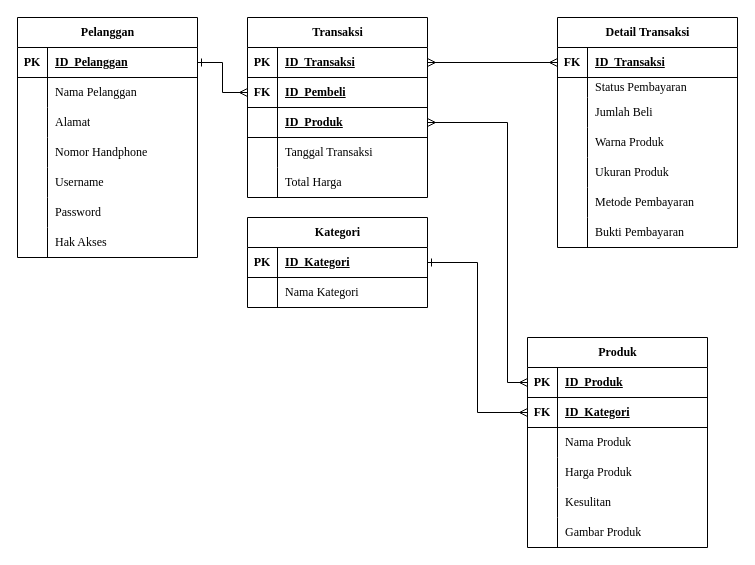
Earlier version of the draw.io diagram page "Halaman-13" (13 of 17) of TA.drawio (angelinahandini/TA). Source tidied: cells renumbered, new cells numbered last; positions are measured from the earlier drawing's top-left corner, leaving out a move shared by most shapes. Both pictures are drawn from the tidied source at 100%, with x=0, y=0 at pixel (17, 17).
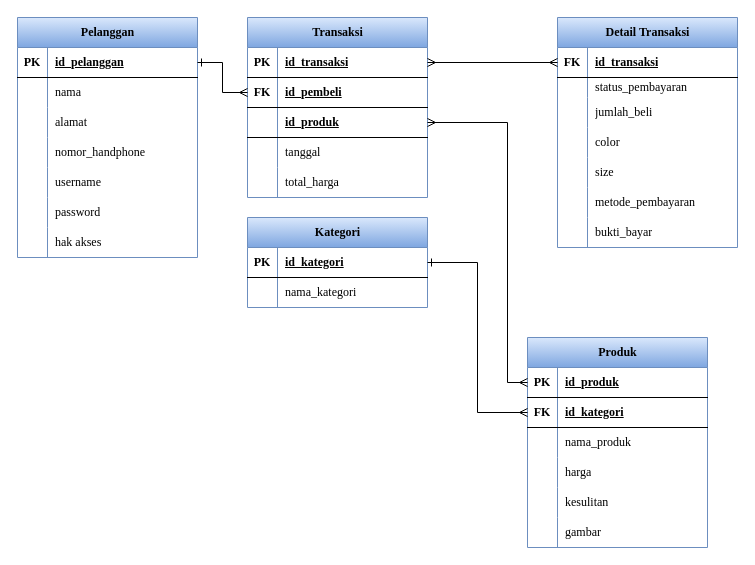
The same diagram, later.

The change refers to these unchanged cells:
```xml
<mxCell id="3" style="shape=tableRow;horizontal=0;startSize=0;swimlaneHead=0;swimlaneBody=0;fillColor=none;points=[[0,0.5],[1,0.5]];portConstraint=eastwest;top=0;left=0;right=0;bottom=1;fontFamily=Times New Roman;" parent="2" vertex="1">
<mxCell id="6" style="shape=tableRow;horizontal=0;startSize=0;swimlaneHead=0;swimlaneBody=0;fillColor=none;points=[[0,0.5],[1,0.5]];portConstraint=eastwest;top=0;left=0;right=0;bottom=1;fontFamily=Times New Roman;" parent="2" vertex="1">
<mxCell id="9" style="shape=tableRow;horizontal=0;startSize=0;swimlaneHead=0;swimlaneBody=0;fillColor=none;top=0;left=0;right=0;bottom=0;fontFamily=Times New Roman;" parent="2" vertex="1">
<mxCell id="12" style="shape=tableRow;horizontal=0;startSize=0;swimlaneHead=0;swimlaneBody=0;fillColor=none;top=0;left=0;right=0;bottom=0;fontFamily=Times New Roman;" parent="2" vertex="1">
<mxCell id="15" style="shape=tableRow;horizontal=0;startSize=0;swimlaneHead=0;swimlaneBody=0;fillColor=none;top=0;left=0;right=0;bottom=0;fontFamily=Times New Roman;" parent="2" vertex="1">
<mxCell id="18" style="shape=tableRow;horizontal=0;startSize=0;swimlaneHead=0;swimlaneBody=0;fillColor=none;top=0;left=0;right=0;bottom=0;fontFamily=Times New Roman;" parent="2" vertex="1">
<mxCell id="22" style="shape=tableRow;horizontal=0;startSize=0;swimlaneHead=0;swimlaneBody=0;fillColor=none;points=[[0,0.5],[1,0.5]];portConstraint=eastwest;top=0;left=0;right=0;bottom=1;fontFamily=Times New Roman;" parent="21" vertex="1">
<mxCell id="25" style="shape=tableRow;horizontal=0;startSize=0;swimlaneHead=0;swimlaneBody=0;fillColor=none;top=0;left=0;right=0;bottom=0;fontFamily=Times New Roman;" parent="21" vertex="1">
<mxCell id="28" style="shape=tableRow;horizontal=0;startSize=0;swimlaneHead=0;swimlaneBody=0;fillColor=none;top=0;left=0;right=0;bottom=0;fontFamily=Times New Roman;" parent="21" vertex="1">
<mxCell id="31" style="shape=tableRow;horizontal=0;startSize=0;swimlaneHead=0;swimlaneBody=0;fillColor=none;top=0;left=0;right=0;bottom=0;fontFamily=Times New Roman;" parent="21" vertex="1">
<mxCell id="34" style="shape=tableRow;horizontal=0;startSize=0;swimlaneHead=0;swimlaneBody=0;fillColor=none;top=0;left=0;right=0;bottom=0;fontFamily=Times New Roman;" parent="21" vertex="1">
<mxCell id="37" style="shape=tableRow;horizontal=0;startSize=0;swimlaneHead=0;swimlaneBody=0;fillColor=none;top=0;left=0;right=0;bottom=0;fontFamily=Times New Roman;" parent="21" vertex="1">
<mxCell id="40" style="shape=tableRow;horizontal=0;startSize=0;swimlaneHead=0;swimlaneBody=0;fillColor=none;top=0;left=0;right=0;bottom=0;fontFamily=Times New Roman;" parent="21" vertex="1">
<mxCell id="44" style="shape=tableRow;horizontal=0;startSize=0;swimlaneHead=0;swimlaneBody=0;fillColor=none;points=[[0,0.5],[1,0.5]];portConstraint=eastwest;top=0;left=0;right=0;bottom=1;fontFamily=Times New Roman;" parent="43" vertex="1">
<mxCell id="47" style="shape=tableRow;horizontal=0;startSize=0;swimlaneHead=0;swimlaneBody=0;fillColor=none;points=[[0,0.5],[1,0.5]];portConstraint=eastwest;top=0;left=0;right=0;bottom=1;fontFamily=Times New Roman;" parent="43" vertex="1">
<mxCell id="50" style="shape=tableRow;horizontal=0;startSize=0;swimlaneHead=0;swimlaneBody=0;fillColor=none;points=[[0,0.5],[1,0.5]];portConstraint=eastwest;top=0;left=0;right=0;bottom=1;fontFamily=Times New Roman;" parent="43" vertex="1">
<mxCell id="53" style="shape=tableRow;horizontal=0;startSize=0;swimlaneHead=0;swimlaneBody=0;fillColor=none;top=0;left=0;right=0;bottom=0;fontFamily=Times New Roman;" parent="43" vertex="1">
<mxCell id="56" style="shape=tableRow;horizontal=0;startSize=0;swimlaneHead=0;swimlaneBody=0;fillColor=none;top=0;left=0;right=0;bottom=0;fontFamily=Times New Roman;" parent="43" vertex="1">
<mxCell id="60" style="shape=tableRow;horizontal=0;startSize=0;swimlaneHead=0;swimlaneBody=0;fillColor=none;points=[[0,0.5],[1,0.5]];portConstraint=eastwest;top=0;left=0;right=0;bottom=1;fontFamily=Times New Roman;" parent="59" vertex="1">
<mxCell id="63" style="shape=tableRow;horizontal=0;startSize=0;swimlaneHead=0;swimlaneBody=0;fillColor=none;top=0;left=0;right=0;bottom=0;fontFamily=Times New Roman;" parent="59" vertex="1">
<mxCell id="66" style="shape=tableRow;horizontal=0;startSize=0;swimlaneHead=0;swimlaneBody=0;fillColor=none;top=0;left=0;right=0;bottom=0;fontFamily=Times New Roman;" parent="59" vertex="1">
<mxCell id="69" style="shape=tableRow;horizontal=0;startSize=0;swimlaneHead=0;swimlaneBody=0;fillColor=none;top=0;left=0;right=0;bottom=0;fontFamily=Times New Roman;" parent="59" vertex="1">
<mxCell id="72" style="shape=tableRow;horizontal=0;startSize=0;swimlaneHead=0;swimlaneBody=0;fillColor=none;top=0;left=0;right=0;bottom=0;fontFamily=Times New Roman;" parent="59" vertex="1">
<mxCell id="75" style="shape=tableRow;horizontal=0;startSize=0;swimlaneHead=0;swimlaneBody=0;fillColor=none;top=0;left=0;right=0;bottom=0;fontFamily=Times New Roman;" parent="59" vertex="1">
<mxCell id="78" style="shape=tableRow;horizontal=0;startSize=0;swimlaneHead=0;swimlaneBody=0;fillColor=none;top=0;left=0;right=0;bottom=0;fontFamily=Times New Roman;" parent="59" vertex="1">
<mxCell id="82" style="shape=tableRow;horizontal=0;startSize=0;swimlaneHead=0;swimlaneBody=0;fillColor=none;points=[[0,0.5],[1,0.5]];portConstraint=eastwest;top=0;left=0;right=0;bottom=1;fontFamily=Times New Roman;" parent="81" vertex="1">
<mxCell id="85" style="shape=tableRow;horizontal=0;startSize=0;swimlaneHead=0;swimlaneBody=0;fillColor=none;top=0;left=0;right=0;bottom=0;fontFamily=Times New Roman;" parent="81" vertex="1">
```

Change to the diagram source:
```diff
@@
-    <mxCell id="2" value="Produk" style="shape=table;startSize=30;childLayout=tableLayout;rowLines=0;fontStyle=1;align=center;html=1;fontFamily=Times New Roman;" parent="1" vertex="1">
+    <mxCell id="2" value="Produk" style="shape=table;startSize=30;childLayout=tableLayout;rowLines=0;fontStyle=1;align=center;html=1;fontFamily=Times New Roman;fillColor=#dae8fc;gradientColor=#7ea6e0;strokeColor=#6c8ebf;" parent="1" vertex="1">
       <mxGeometry x="510" y="320" width="180" height="210" as="geometry" />
     </mxCell>
@@
-    <mxCell id="5" value="ID_Produk" style="shape=partialRectangle;fillColor=none;top=0;left=0;bottom=0;right=0;align=left;spacingLeft=6;fontStyle=5;overflow=hidden;whiteSpace=wrap;html=1;fontFamily=Times New Roman;" parent="3" vertex="1">
+    <mxCell id="5" value="id_produk" style="shape=partialRectangle;fillColor=none;top=0;left=0;bottom=0;right=0;align=left;spacingLeft=6;fontStyle=5;overflow=hidden;whiteSpace=wrap;html=1;fontFamily=Times New Roman;" parent="3" vertex="1">
       <mxGeometry x="30" width="150" height="30" as="geometry" />
     </mxCell>
@@
-    <mxCell id="8" value="ID_Kategori" style="shape=partialRectangle;fillColor=none;top=0;left=0;bottom=0;right=0;align=left;spacingLeft=6;fontStyle=5;overflow=hidden;whiteSpace=wrap;html=1;fontFamily=Times New Roman;" parent="6" vertex="1">
+    <mxCell id="8" value="id_kategori" style="shape=partialRectangle;fillColor=none;top=0;left=0;bottom=0;right=0;align=left;spacingLeft=6;fontStyle=5;overflow=hidden;whiteSpace=wrap;html=1;fontFamily=Times New Roman;" parent="6" vertex="1">
       <mxGeometry x="30" width="150" height="30" as="geometry" />
     </mxCell>
@@
-    <mxCell id="11" value="Nama Produk" style="shape=partialRectangle;fillColor=none;top=0;left=0;bottom=0;right=0;align=left;spacingLeft=6;overflow=hidden;whiteSpace=wrap;html=1;fontFamily=Times New Roman;" parent="9" vertex="1">
+    <mxCell id="11" value="nama_produk" style="shape=partialRectangle;fillColor=none;top=0;left=0;bottom=0;right=0;align=left;spacingLeft=6;overflow=hidden;whiteSpace=wrap;html=1;fontFamily=Times New Roman;" parent="9" vertex="1">
       <mxGeometry x="30" width="150" height="30" as="geometry" />
     </mxCell>
@@
-    <mxCell id="14" value="Harga Produk" style="shape=partialRectangle;fillColor=none;top=0;left=0;bottom=0;right=0;align=left;spacingLeft=6;overflow=hidden;whiteSpace=wrap;html=1;fontFamily=Times New Roman;" parent="12" vertex="1">
+    <mxCell id="14" value="harga" style="shape=partialRectangle;fillColor=none;top=0;left=0;bottom=0;right=0;align=left;spacingLeft=6;overflow=hidden;whiteSpace=wrap;html=1;fontFamily=Times New Roman;" parent="12" vertex="1">
       <mxGeometry x="30" width="150" height="30" as="geometry" />
     </mxCell>
@@
-    <mxCell id="17" value="Kesulitan" style="shape=partialRectangle;fillColor=none;top=0;left=0;bottom=0;right=0;align=left;spacingLeft=6;overflow=hidden;whiteSpace=wrap;html=1;fontFamily=Times New Roman;" parent="15" vertex="1">
+    <mxCell id="17" value="kesulitan" style="shape=partialRectangle;fillColor=none;top=0;left=0;bottom=0;right=0;align=left;spacingLeft=6;overflow=hidden;whiteSpace=wrap;html=1;fontFamily=Times New Roman;" parent="15" vertex="1">
       <mxGeometry x="30" width="150" height="30" as="geometry" />
     </mxCell>
@@
-    <mxCell id="20" value="Gambar Produk" style="shape=partialRectangle;fillColor=none;top=0;left=0;bottom=0;right=0;align=left;spacingLeft=6;overflow=hidden;whiteSpace=wrap;html=1;fontFamily=Times New Roman;" parent="18" vertex="1">
+    <mxCell id="20" value="gambar&amp;nbsp;" style="shape=partialRectangle;fillColor=none;top=0;left=0;bottom=0;right=0;align=left;spacingLeft=6;overflow=hidden;whiteSpace=wrap;html=1;fontFamily=Times New Roman;" parent="18" vertex="1">
       <mxGeometry x="30" width="150" height="30" as="geometry" />
     </mxCell>
-    <mxCell id="21" value="Pelanggan" style="shape=table;startSize=30;childLayout=tableLayout;rowLines=0;fontStyle=1;align=center;html=1;fontFamily=Times New Roman;" parent="1" vertex="1">
+    <mxCell id="21" value="Pelanggan" style="shape=table;startSize=30;childLayout=tableLayout;rowLines=0;fontStyle=1;align=center;html=1;fontFamily=Times New Roman;fillColor=#dae8fc;gradientColor=#7ea6e0;strokeColor=#6c8ebf;" parent="1" vertex="1">
       <mxGeometry width="180" height="240" as="geometry" />
     </mxCell>
@@
-    <mxCell id="24" value="ID_Pelanggan" style="shape=partialRectangle;fillColor=none;top=0;left=0;bottom=0;right=0;align=left;spacingLeft=6;fontStyle=5;overflow=hidden;whiteSpace=wrap;html=1;fontFamily=Times New Roman;" parent="22" vertex="1">
+    <mxCell id="24" value="id_pelanggan" style="shape=partialRectangle;fillColor=none;top=0;left=0;bottom=0;right=0;align=left;spacingLeft=6;fontStyle=5;overflow=hidden;whiteSpace=wrap;html=1;fontFamily=Times New Roman;" parent="22" vertex="1">
       <mxGeometry x="30" width="150" height="30" as="geometry" />
     </mxCell>
@@
-    <mxCell id="27" value="Nama Pelanggan" style="shape=partialRectangle;fillColor=none;top=0;left=0;bottom=0;right=0;align=left;spacingLeft=6;overflow=hidden;whiteSpace=wrap;html=1;fontFamily=Times New Roman;" parent="25" vertex="1">
+    <mxCell id="27" value="nama&amp;nbsp;" style="shape=partialRectangle;fillColor=none;top=0;left=0;bottom=0;right=0;align=left;spacingLeft=6;overflow=hidden;whiteSpace=wrap;html=1;fontFamily=Times New Roman;" parent="25" vertex="1">
       <mxGeometry x="30" width="150" height="30" as="geometry" />
     </mxCell>
@@
-    <mxCell id="30" value="Alamat" style="shape=partialRectangle;fillColor=none;top=0;left=0;bottom=0;right=0;align=left;spacingLeft=6;overflow=hidden;whiteSpace=wrap;html=1;fontFamily=Times New Roman;" parent="28" vertex="1">
+    <mxCell id="30" value="alamat" style="shape=partialRectangle;fillColor=none;top=0;left=0;bottom=0;right=0;align=left;spacingLeft=6;overflow=hidden;whiteSpace=wrap;html=1;fontFamily=Times New Roman;" parent="28" vertex="1">
       <mxGeometry x="30" width="150" height="30" as="geometry" />
     </mxCell>
@@
-    <mxCell id="33" value="Nomor Handphone" style="shape=partialRectangle;fillColor=none;top=0;left=0;bottom=0;right=0;align=left;spacingLeft=6;overflow=hidden;whiteSpace=wrap;html=1;fontFamily=Times New Roman;" parent="31" vertex="1">
+    <mxCell id="33" value="nomor_handphone" style="shape=partialRectangle;fillColor=none;top=0;left=0;bottom=0;right=0;align=left;spacingLeft=6;overflow=hidden;whiteSpace=wrap;html=1;fontFamily=Times New Roman;" parent="31" vertex="1">
       <mxGeometry x="30" width="150" height="30" as="geometry" />
     </mxCell>
@@
-    <mxCell id="36" value="Username" style="shape=partialRectangle;fillColor=none;top=0;left=0;bottom=0;right=0;align=left;spacingLeft=6;overflow=hidden;whiteSpace=wrap;html=1;fontFamily=Times New Roman;" parent="34" vertex="1">
+    <mxCell id="36" value="username" style="shape=partialRectangle;fillColor=none;top=0;left=0;bottom=0;right=0;align=left;spacingLeft=6;overflow=hidden;whiteSpace=wrap;html=1;fontFamily=Times New Roman;" parent="34" vertex="1">
       <mxGeometry x="30" width="150" height="30" as="geometry" />
     </mxCell>
@@
-    <mxCell id="39" value="Password" style="shape=partialRectangle;fillColor=none;top=0;left=0;bottom=0;right=0;align=left;spacingLeft=6;overflow=hidden;whiteSpace=wrap;html=1;fontFamily=Times New Roman;" parent="37" vertex="1">
+    <mxCell id="39" value="password" style="shape=partialRectangle;fillColor=none;top=0;left=0;bottom=0;right=0;align=left;spacingLeft=6;overflow=hidden;whiteSpace=wrap;html=1;fontFamily=Times New Roman;" parent="37" vertex="1">
       <mxGeometry x="30" width="150" height="30" as="geometry" />
     </mxCell>
@@
-    <mxCell id="42" value="Hak Akses" style="shape=partialRectangle;fillColor=none;top=0;left=0;bottom=0;right=0;align=left;spacingLeft=6;overflow=hidden;whiteSpace=wrap;html=1;fontFamily=Times New Roman;" parent="40" vertex="1">
+    <mxCell id="42" value="hak akses" style="shape=partialRectangle;fillColor=none;top=0;left=0;bottom=0;right=0;align=left;spacingLeft=6;overflow=hidden;whiteSpace=wrap;html=1;fontFamily=Times New Roman;" parent="40" vertex="1">
       <mxGeometry x="30" width="150" height="30" as="geometry" />
     </mxCell>
-    <mxCell id="43" value="Transaksi" style="shape=table;startSize=30;childLayout=tableLayout;rowLines=0;fontStyle=1;align=center;html=1;fontFamily=Times New Roman;" parent="1" vertex="1">
+    <mxCell id="43" value="Transaksi" style="shape=table;startSize=30;childLayout=tableLayout;rowLines=0;fontStyle=1;align=center;html=1;fontFamily=Times New Roman;fillColor=#dae8fc;gradientColor=#7ea6e0;strokeColor=#6c8ebf;" parent="1" vertex="1">
       <mxGeometry x="230" width="180" height="180" as="geometry" />
     </mxCell>
@@
-    <mxCell id="46" value="ID_Transaksi" style="shape=partialRectangle;fillColor=none;top=0;left=0;bottom=0;right=0;align=left;spacingLeft=6;fontStyle=5;overflow=hidden;whiteSpace=wrap;html=1;fontFamily=Times New Roman;" parent="44" vertex="1">
+    <mxCell id="46" value="id_transaksi" style="shape=partialRectangle;fillColor=none;top=0;left=0;bottom=0;right=0;align=left;spacingLeft=6;fontStyle=5;overflow=hidden;whiteSpace=wrap;html=1;fontFamily=Times New Roman;" parent="44" vertex="1">
       <mxGeometry x="30" width="150" height="30" as="geometry" />
     </mxCell>
@@
-    <mxCell id="49" value="ID_Pembeli" style="shape=partialRectangle;fillColor=none;top=0;left=0;bottom=0;right=0;align=left;spacingLeft=6;fontStyle=5;overflow=hidden;whiteSpace=wrap;html=1;fontFamily=Times New Roman;" parent="47" vertex="1">
+    <mxCell id="49" value="id_pembeli" style="shape=partialRectangle;fillColor=none;top=0;left=0;bottom=0;right=0;align=left;spacingLeft=6;fontStyle=5;overflow=hidden;whiteSpace=wrap;html=1;fontFamily=Times New Roman;" parent="47" vertex="1">
       <mxGeometry x="30" width="150" height="30" as="geometry" />
     </mxCell>
@@
-    <mxCell id="52" value="ID_Produk" style="shape=partialRectangle;fillColor=none;top=0;left=0;bottom=0;right=0;align=left;spacingLeft=6;fontStyle=5;overflow=hidden;whiteSpace=wrap;html=1;fontFamily=Times New Roman;" parent="50" vertex="1">
+    <mxCell id="52" value="id_produk" style="shape=partialRectangle;fillColor=none;top=0;left=0;bottom=0;right=0;align=left;spacingLeft=6;fontStyle=5;overflow=hidden;whiteSpace=wrap;html=1;fontFamily=Times New Roman;" parent="50" vertex="1">
       <mxGeometry x="30" width="150" height="30" as="geometry" />
     </mxCell>
@@
-    <mxCell id="55" value="Tanggal Transaksi" style="shape=partialRectangle;fillColor=none;top=0;left=0;bottom=0;right=0;align=left;spacingLeft=6;overflow=hidden;whiteSpace=wrap;html=1;fontFamily=Times New Roman;" parent="53" vertex="1">
+    <mxCell id="55" value="tanggal&amp;nbsp;" style="shape=partialRectangle;fillColor=none;top=0;left=0;bottom=0;right=0;align=left;spacingLeft=6;overflow=hidden;whiteSpace=wrap;html=1;fontFamily=Times New Roman;" parent="53" vertex="1">
       <mxGeometry x="30" width="150" height="30" as="geometry" />
     </mxCell>
@@
-    <mxCell id="58" value="Total Harga" style="shape=partialRectangle;fillColor=none;top=0;left=0;bottom=0;right=0;align=left;spacingLeft=6;overflow=hidden;whiteSpace=wrap;html=1;fontFamily=Times New Roman;" parent="56" vertex="1">
+    <mxCell id="58" value="total_harga" style="shape=partialRectangle;fillColor=none;top=0;left=0;bottom=0;right=0;align=left;spacingLeft=6;overflow=hidden;whiteSpace=wrap;html=1;fontFamily=Times New Roman;" parent="56" vertex="1">
       <mxGeometry x="30" width="150" height="30" as="geometry" />
     </mxCell>
-    <mxCell id="59" value="Detail Transaksi" style="shape=table;startSize=30;childLayout=tableLayout;rowLines=0;fontStyle=1;align=center;html=1;fontFamily=Times New Roman;" parent="1" vertex="1">
+    <mxCell id="59" value="Detail Transaksi" style="shape=table;startSize=30;childLayout=tableLayout;rowLines=0;fontStyle=1;align=center;html=1;fontFamily=Times New Roman;fillColor=#dae8fc;gradientColor=#7ea6e0;strokeColor=#6c8ebf;" parent="1" vertex="1">
       <mxGeometry x="540" width="180" height="230" as="geometry" />
     </mxCell>
@@
-    <mxCell id="62" value="ID_Transaksi" style="shape=partialRectangle;fillColor=none;top=0;left=0;bottom=0;right=0;align=left;spacingLeft=6;fontStyle=5;overflow=hidden;whiteSpace=wrap;html=1;fontFamily=Times New Roman;" parent="60" vertex="1">
+    <mxCell id="62" value="id_transaksi" style="shape=partialRectangle;fillColor=none;top=0;left=0;bottom=0;right=0;align=left;spacingLeft=6;fontStyle=5;overflow=hidden;whiteSpace=wrap;html=1;fontFamily=Times New Roman;" parent="60" vertex="1">
       <mxGeometry x="30" width="150" height="30" as="geometry" />
     </mxCell>
@@
-    <mxCell id="65" value="Status Pembayaran" style="shape=partialRectangle;fillColor=none;top=0;left=0;bottom=0;right=0;align=left;spacingLeft=6;overflow=hidden;whiteSpace=wrap;html=1;fontFamily=Times New Roman;" parent="63" vertex="1">
+    <mxCell id="65" value="status_pembayaran" style="shape=partialRectangle;fillColor=none;top=0;left=0;bottom=0;right=0;align=left;spacingLeft=6;overflow=hidden;whiteSpace=wrap;html=1;fontFamily=Times New Roman;" parent="63" vertex="1">
       <mxGeometry x="30" width="150" height="20" as="geometry" />
     </mxCell>
@@
-    <mxCell id="68" value="Jumlah Beli" style="shape=partialRectangle;fillColor=none;top=0;left=0;bottom=0;right=0;align=left;spacingLeft=6;overflow=hidden;whiteSpace=wrap;html=1;fontFamily=Times New Roman;" parent="66" vertex="1">
+    <mxCell id="68" value="jumlah_beli" style="shape=partialRectangle;fillColor=none;top=0;left=0;bottom=0;right=0;align=left;spacingLeft=6;overflow=hidden;whiteSpace=wrap;html=1;fontFamily=Times New Roman;" parent="66" vertex="1">
       <mxGeometry x="30" width="150" height="30" as="geometry" />
     </mxCell>
@@
-    <mxCell id="71" value="Warna Produk" style="shape=partialRectangle;fillColor=none;top=0;left=0;bottom=0;right=0;align=left;spacingLeft=6;overflow=hidden;whiteSpace=wrap;html=1;fontFamily=Times New Roman;" parent="69" vertex="1">
+    <mxCell id="71" value="color" style="shape=partialRectangle;fillColor=none;top=0;left=0;bottom=0;right=0;align=left;spacingLeft=6;overflow=hidden;whiteSpace=wrap;html=1;fontFamily=Times New Roman;" parent="69" vertex="1">
       <mxGeometry x="30" width="150" height="30" as="geometry" />
     </mxCell>
@@
-    <mxCell id="74" value="Ukuran Produk" style="shape=partialRectangle;fillColor=none;top=0;left=0;bottom=0;right=0;align=left;spacingLeft=6;overflow=hidden;whiteSpace=wrap;html=1;fontFamily=Times New Roman;" parent="72" vertex="1">
+    <mxCell id="74" value="size" style="shape=partialRectangle;fillColor=none;top=0;left=0;bottom=0;right=0;align=left;spacingLeft=6;overflow=hidden;whiteSpace=wrap;html=1;fontFamily=Times New Roman;" parent="72" vertex="1">
       <mxGeometry x="30" width="150" height="30" as="geometry" />
     </mxCell>
@@
-    <mxCell id="77" value="Metode Pembayaran" style="shape=partialRectangle;fillColor=none;top=0;left=0;bottom=0;right=0;align=left;spacingLeft=6;overflow=hidden;whiteSpace=wrap;html=1;fontFamily=Times New Roman;" parent="75" vertex="1">
+    <mxCell id="77" value="metode_pembayaran" style="shape=partialRectangle;fillColor=none;top=0;left=0;bottom=0;right=0;align=left;spacingLeft=6;overflow=hidden;whiteSpace=wrap;html=1;fontFamily=Times New Roman;" parent="75" vertex="1">
       <mxGeometry x="30" width="150" height="30" as="geometry" />
     </mxCell>
@@
-    <mxCell id="80" value="Bukti Pembayaran" style="shape=partialRectangle;fillColor=none;top=0;left=0;bottom=0;right=0;align=left;spacingLeft=6;overflow=hidden;whiteSpace=wrap;html=1;fontFamily=Times New Roman;" parent="78" vertex="1">
+    <mxCell id="80" value="bukti_bayar" style="shape=partialRectangle;fillColor=none;top=0;left=0;bottom=0;right=0;align=left;spacingLeft=6;overflow=hidden;whiteSpace=wrap;html=1;fontFamily=Times New Roman;" parent="78" vertex="1">
       <mxGeometry x="30" width="150" height="30" as="geometry" />
     </mxCell>
-    <mxCell id="81" value="Kategori" style="shape=table;startSize=30;childLayout=tableLayout;rowLines=0;fontStyle=1;align=center;html=1;fontFamily=Times New Roman;" parent="1" vertex="1">
+    <mxCell id="81" value="Kategori" style="shape=table;startSize=30;childLayout=tableLayout;rowLines=0;fontStyle=1;align=center;html=1;fontFamily=Times New Roman;fillColor=#dae8fc;gradientColor=#7ea6e0;strokeColor=#6c8ebf;" parent="1" vertex="1">
       <mxGeometry x="230" y="200" width="180" height="90" as="geometry" />
     </mxCell>
@@
-    <mxCell id="84" value="ID_Kategori" style="shape=partialRectangle;fillColor=none;top=0;left=0;bottom=0;right=0;align=left;spacingLeft=6;fontStyle=5;overflow=hidden;whiteSpace=wrap;html=1;fontFamily=Times New Roman;" parent="82" vertex="1">
+    <mxCell id="84" value="id_kategori" style="shape=partialRectangle;fillColor=none;top=0;left=0;bottom=0;right=0;align=left;spacingLeft=6;fontStyle=5;overflow=hidden;whiteSpace=wrap;html=1;fontFamily=Times New Roman;" parent="82" vertex="1">
       <mxGeometry x="30" width="150" height="30" as="geometry" />
     </mxCell>
@@
-    <mxCell id="87" value="Nama Kategori" style="shape=partialRectangle;fillColor=none;top=0;left=0;bottom=0;right=0;align=left;spacingLeft=6;overflow=hidden;whiteSpace=wrap;html=1;fontFamily=Times New Roman;" parent="85" vertex="1">
+    <mxCell id="87" value="nama_kategori" style="shape=partialRectangle;fillColor=none;top=0;left=0;bottom=0;right=0;align=left;spacingLeft=6;overflow=hidden;whiteSpace=wrap;html=1;fontFamily=Times New Roman;" parent="85" vertex="1">
       <mxGeometry x="30" width="150" height="30" as="geometry" />
     </mxCell>
```
